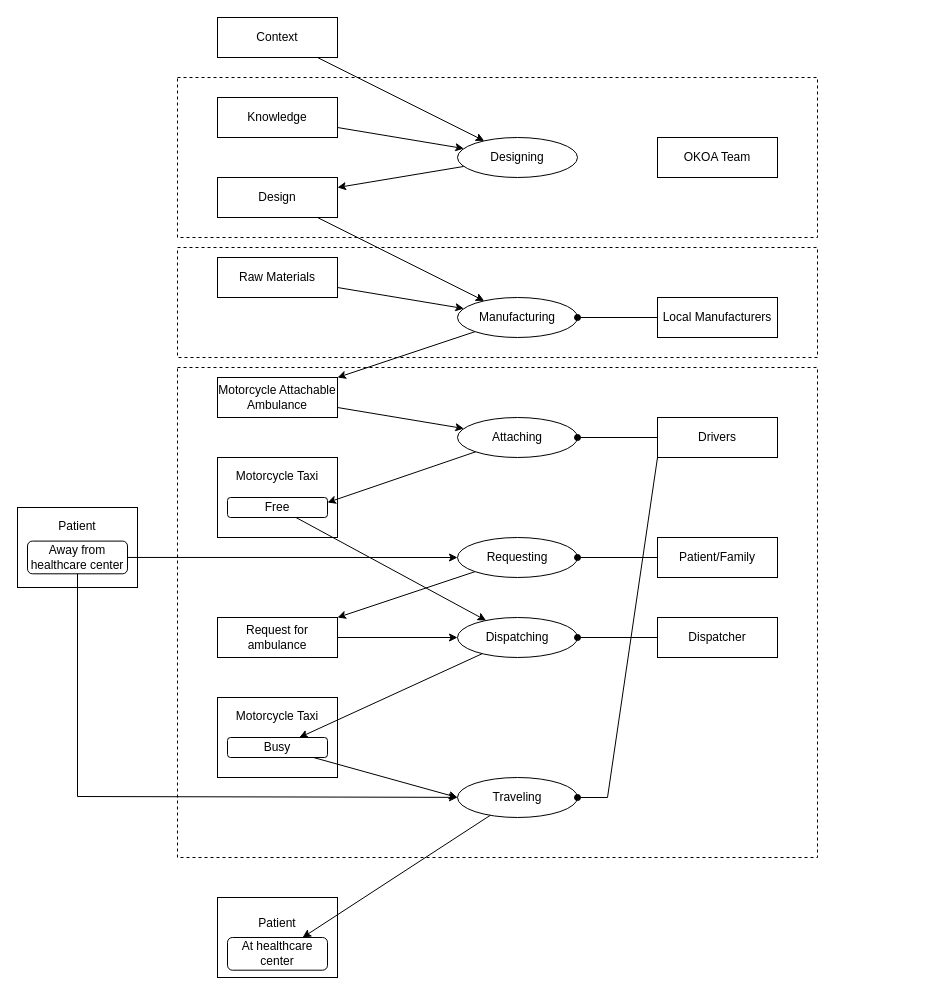
Above: okoa/okoa-architecture.drawio in akshitsingla/drawio-diagrams (draw.io), before the change. Source tidied: cells renumbered, new cells numbered last; positions are measured from the earlier drawing's top-left corner, leaving out a move shared by most shapes. Both pictures are drawn from the tidied source at 100%, with x=0, y=0 at pixel (17, 17).
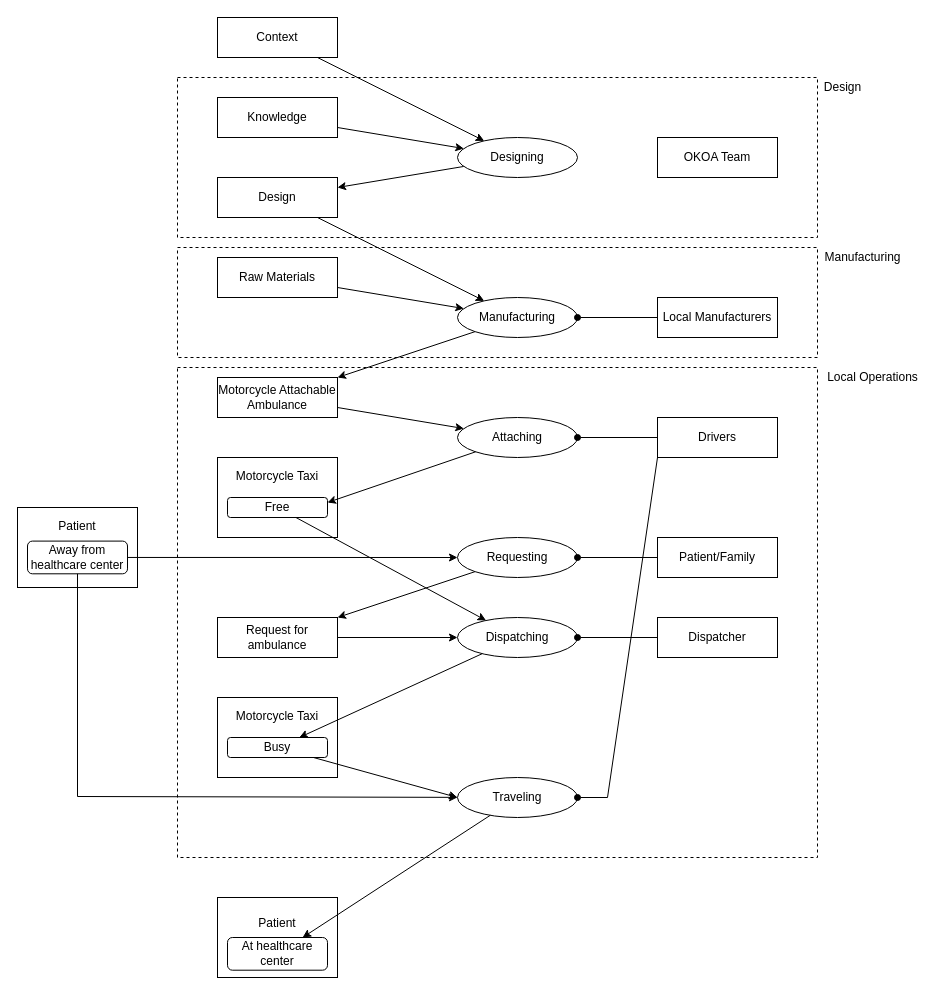
Above is the later version.

Commit message:
labelling responsibilities

The edit, as a diff of the source:
```diff
@@
+    <mxCell id="54" value="Design" style="text;html=1;align=center;verticalAlign=middle;" parent="1" vertex="1">
+      <mxGeometry x="800" y="60" width="50" height="20" as="geometry" />
+    </mxCell>
+    <mxCell id="55" value="Manufacturing" style="text;html=1;align=center;verticalAlign=middle;" parent="1" vertex="1">
+      <mxGeometry x="800" y="230" width="90" height="20" as="geometry" />
+    </mxCell>
+    <mxCell id="56" value="Local Operations" style="text;html=1;align=center;verticalAlign=middle;" parent="1" vertex="1">
+      <mxGeometry x="800" y="350" width="110" height="20" as="geometry" />
+    </mxCell>
```
